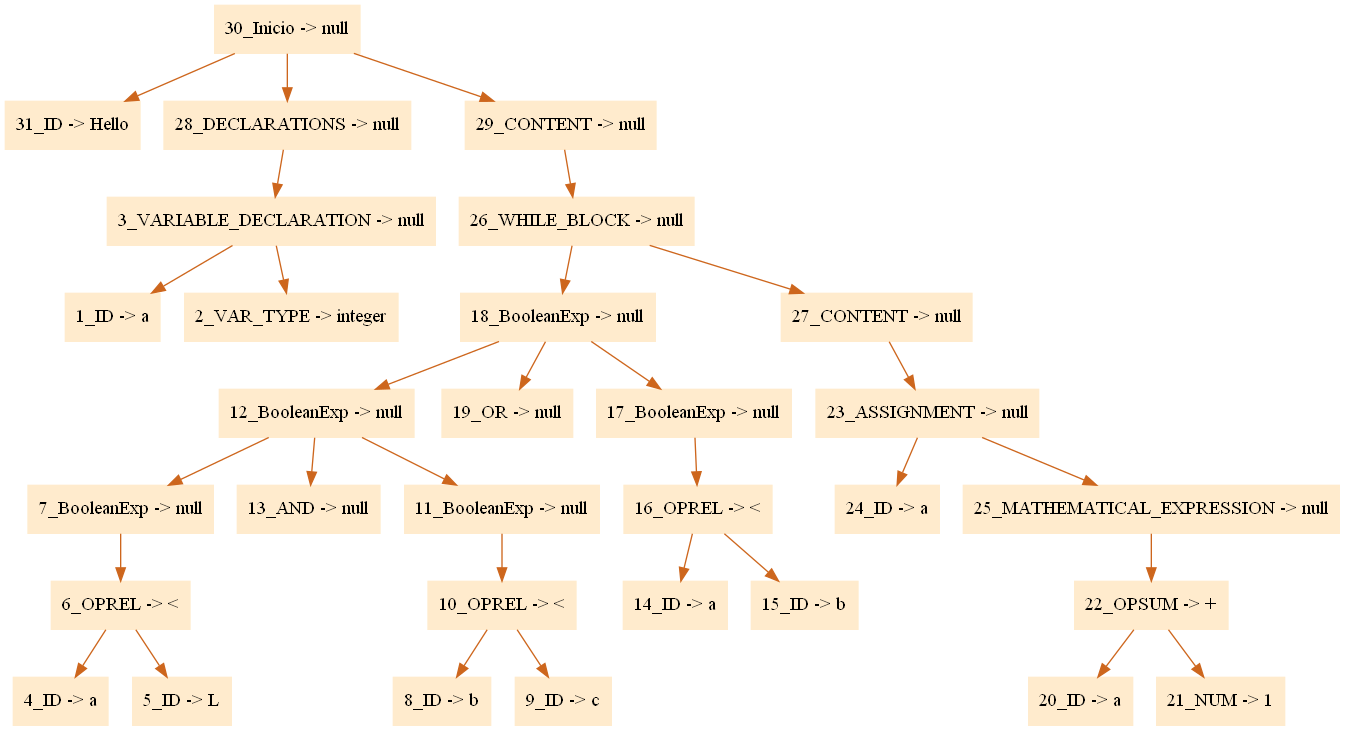
FranciscoPagoaga/Ada95-Compiler keeps this Graphviz diagram as arbol.png. Above is the earlier version. Its source is kept beside it as arbol.dot.
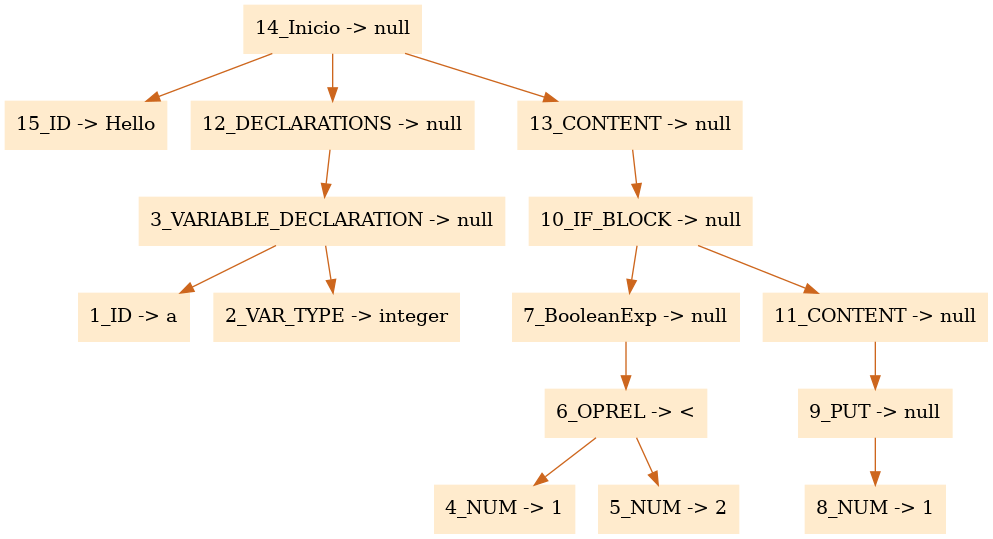
The same file after the commit.

Diff of the diagram source:
```diff
@@ -1,35 +1,19 @@
 digraph G {node[shape=box, style=filled, color=blanchedalmond]; edge[color=chocolate3];rankdir=UD
 
-"30_Inicio -> null"->"31_ID -> Hello"
-"30_Inicio -> null"->"28_DECLARATIONS -> null"
-"28_DECLARATIONS -> null"->"3_VARIABLE_DECLARATION -> null"
+"14_Inicio -> null"->"15_ID -> Hello"
+"14_Inicio -> null"->"12_DECLARATIONS -> null"
+"12_DECLARATIONS -> null"->"3_VARIABLE_DECLARATION -> null"
 "3_VARIABLE_DECLARATION -> null"->"1_ID -> a"
 "3_VARIABLE_DECLARATION -> null"->"2_VAR_TYPE -> integer"
-"30_Inicio -> null"->"29_CONTENT -> null"
-"29_CONTENT -> null"->"26_WHILE_BLOCK -> null"
-"26_WHILE_BLOCK -> null"->"18_BooleanExp -> null"
-"18_BooleanExp -> null"->"12_BooleanExp -> null"
-"12_BooleanExp -> null"->"7_BooleanExp -> null"
+"14_Inicio -> null"->"13_CONTENT -> null"
+"13_CONTENT -> null"->"10_IF_BLOCK -> null"
+"10_IF_BLOCK -> null"->"7_BooleanExp -> null"
 "7_BooleanExp -> null"->"6_OPREL -> <"
-"6_OPREL -> <"->"4_ID -> a"
-"6_OPREL -> <"->"5_ID -> L"
-"12_BooleanExp -> null"->"13_AND -> null"
-"12_BooleanExp -> null"->"11_BooleanExp -> null"
-"11_BooleanExp -> null"->"10_OPREL -> <"
-"10_OPREL -> <"->"8_ID -> b"
-"10_OPREL -> <"->"9_ID -> c"
-"18_BooleanExp -> null"->"19_OR -> null"
-"18_BooleanExp -> null"->"17_BooleanExp -> null"
-"17_BooleanExp -> null"->"16_OPREL -> <"
-"16_OPREL -> <"->"14_ID -> a"
-"16_OPREL -> <"->"15_ID -> b"
-"26_WHILE_BLOCK -> null"->"27_CONTENT -> null"
-"27_CONTENT -> null"->"23_ASSIGNMENT -> null"
-"23_ASSIGNMENT -> null"->"24_ID -> a"
-"23_ASSIGNMENT -> null"->"25_MATHEMATICAL_EXPRESSION -> null"
-"25_MATHEMATICAL_EXPRESSION -> null"->"22_OPSUM -> +"
-"22_OPSUM -> +"->"20_ID -> a"
-"22_OPSUM -> +"->"21_NUM -> 1"
+"6_OPREL -> <"->"4_NUM -> 1"
+"6_OPREL -> <"->"5_NUM -> 2"
+"10_IF_BLOCK -> null"->"11_CONTENT -> null"
+"11_CONTENT -> null"->"9_PUT -> null"
+"9_PUT -> null"->"8_NUM -> 1"
 
 
 }
```
